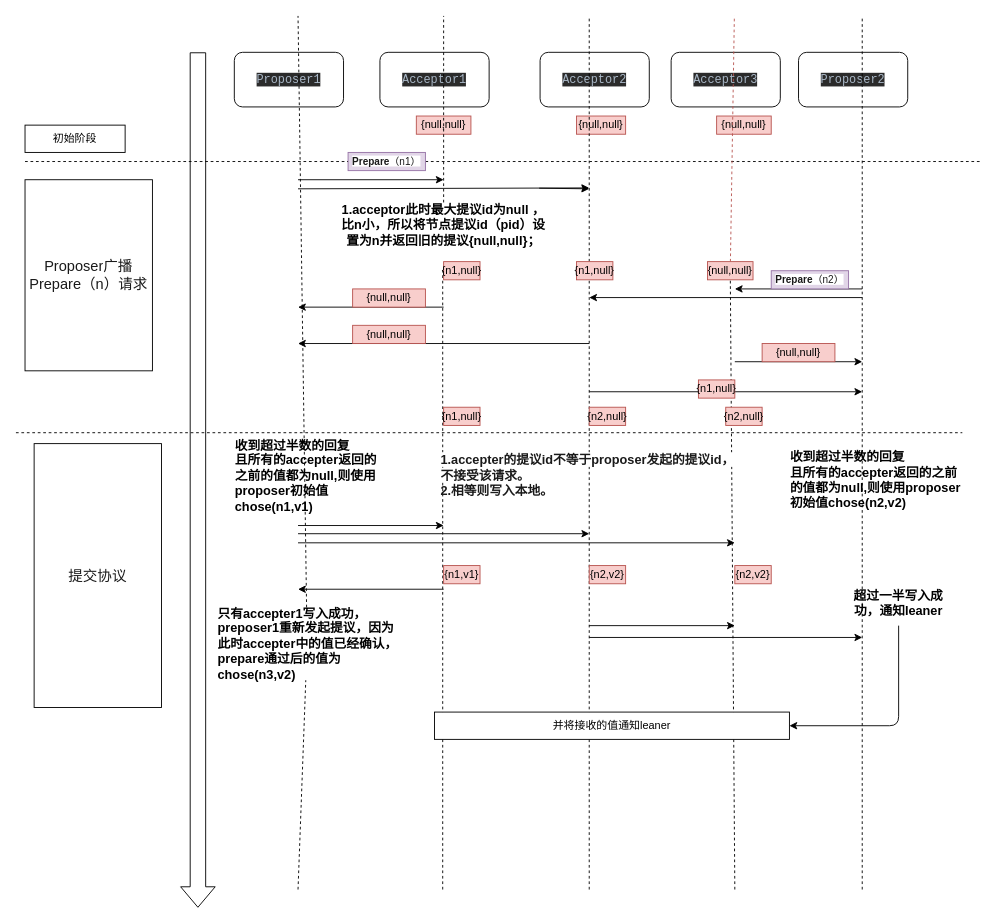
This is paxos案例三分析.drawio from 852438143/drawIo, a draw.io file, before an edit. Source tidied: cells renumbered, new cells numbered last; positions are measured from the earlier drawing's top-left corner, leaving out a move shared by most shapes. Both pictures are drawn from the tidied source at 91%, with x=0, y=0 at pixel (15, 15).
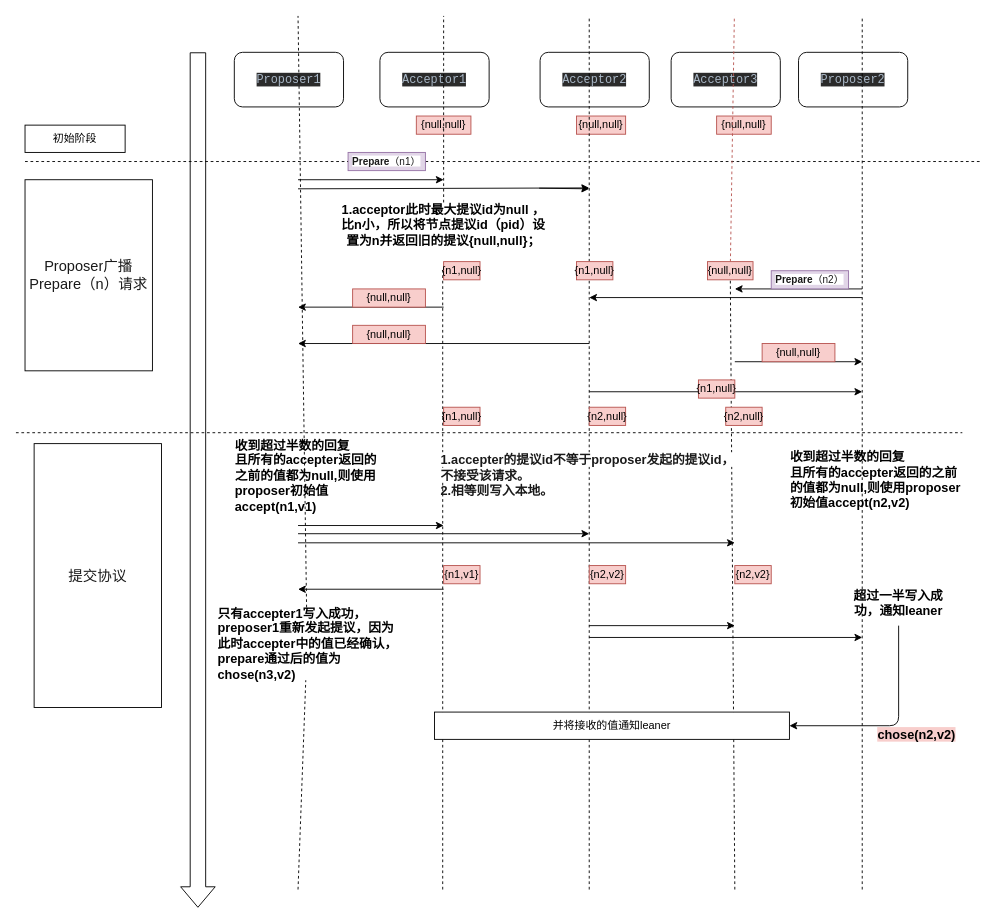
The same page after the edit.

Commit message:
Update paxos案例三分析.drawio

The edit, as a diff of the source:
```diff
@@
-    <mxCell id="37" value="&lt;b style=&quot;text-align: left&quot;&gt;&lt;font style=&quot;font-size: 14px&quot;&gt;&lt;div&gt;&lt;b style=&quot;font-size: 12px&quot;&gt;&lt;font style=&quot;font-size: 14px&quot;&gt;收到超过半数的回复&lt;/font&gt;&lt;/b&gt;&lt;/div&gt;&lt;div&gt;&lt;b style=&quot;font-size: 12px&quot;&gt;&lt;font style=&quot;font-size: 14px&quot;&gt;且所有的accepter返回的之前的值都为null,则使用proposer初始值chose(n1,v1)&lt;/font&gt;&lt;/b&gt;&lt;/div&gt;&lt;/font&gt;&lt;/b&gt;" style="text;html=1;strokeColor=none;fillColor=none;align=center;verticalAlign=middle;whiteSpace=wrap;rounded=0;" parent="1" vertex="1">
+    <mxCell id="37" value="&lt;b style=&quot;text-align: left&quot;&gt;&lt;font style=&quot;font-size: 14px&quot;&gt;&lt;div&gt;&lt;b style=&quot;font-size: 12px&quot;&gt;&lt;font style=&quot;font-size: 14px&quot;&gt;收到超过半数的回复&lt;/font&gt;&lt;/b&gt;&lt;/div&gt;&lt;div&gt;&lt;b style=&quot;font-size: 12px&quot;&gt;&lt;font style=&quot;font-size: 14px&quot;&gt;且所有的accepter返回的之前的值都为null,则使用proposer初始值&lt;/font&gt;&lt;/b&gt;&lt;b style=&quot;font-size: 12px&quot;&gt;&lt;font style=&quot;font-size: 14px&quot;&gt;accept&lt;/font&gt;&lt;/b&gt;&lt;b style=&quot;font-size: 12px&quot;&gt;&lt;font style=&quot;font-size: 14px&quot;&gt;(n1,v1)&lt;/font&gt;&lt;/b&gt;&lt;/div&gt;&lt;/font&gt;&lt;/b&gt;" style="text;html=1;strokeColor=none;fillColor=none;align=center;verticalAlign=middle;whiteSpace=wrap;rounded=0;" parent="1" vertex="1">
       <mxGeometry x="240" y="460" width="170" height="90" as="geometry" />
     </mxCell>
-    <mxCell id="38" value="&lt;b style=&quot;text-align: left&quot;&gt;&lt;font style=&quot;font-size: 14px&quot;&gt;&lt;div&gt;&lt;b style=&quot;font-size: 12px&quot;&gt;&lt;font style=&quot;font-size: 14px&quot;&gt;收到超过半数的回复&lt;/font&gt;&lt;/b&gt;&lt;/div&gt;&lt;div&gt;&lt;b style=&quot;font-size: 12px&quot;&gt;&lt;font style=&quot;font-size: 14px&quot;&gt;且所有的accepter返回的之前的值都为null,则使用proposer初始值chose(n2,v2)&lt;/font&gt;&lt;/b&gt;&lt;/div&gt;&lt;/font&gt;&lt;/b&gt;" style="text;html=1;strokeColor=none;fillColor=none;align=center;verticalAlign=middle;whiteSpace=wrap;rounded=0;" parent="1" vertex="1">
+    <mxCell id="38" value="&lt;b style=&quot;text-align: left&quot;&gt;&lt;font style=&quot;font-size: 14px&quot;&gt;&lt;div&gt;&lt;b style=&quot;font-size: 12px&quot;&gt;&lt;font style=&quot;font-size: 14px&quot;&gt;收到超过半数的回复&lt;/font&gt;&lt;/b&gt;&lt;/div&gt;&lt;div&gt;&lt;b style=&quot;font-size: 12px&quot;&gt;&lt;font style=&quot;font-size: 14px&quot;&gt;且所有的accepter返回的之前的值都为null,则使用proposer初始值&lt;/font&gt;&lt;/b&gt;&lt;b style=&quot;font-size: 12px&quot;&gt;&lt;font style=&quot;font-size: 14px&quot;&gt;accept&lt;/font&gt;&lt;/b&gt;&lt;b style=&quot;font-size: 12px&quot;&gt;&lt;font style=&quot;font-size: 14px&quot;&gt;(n2,v2)&lt;/font&gt;&lt;/b&gt;&lt;/div&gt;&lt;/font&gt;&lt;/b&gt;" style="text;html=1;strokeColor=none;fillColor=none;align=center;verticalAlign=middle;whiteSpace=wrap;rounded=0;" parent="1" vertex="1">
       <mxGeometry x="850" y="460" width="190" height="100" as="geometry" />
     </mxCell>
@@
+    <mxCell id="63" value="&lt;font style=&quot;font-size: 14px&quot;&gt;&lt;b style=&quot;background-color: rgb(248 , 206 , 204)&quot;&gt;chose(n2,v2)&lt;/b&gt;&lt;/font&gt;" style="text;html=1;strokeColor=none;fillColor=none;align=center;verticalAlign=middle;whiteSpace=wrap;rounded=0;" parent="1" vertex="1">
+      <mxGeometry x="970" y="780" width="40" height="20" as="geometry" />
+    </mxCell>
```
